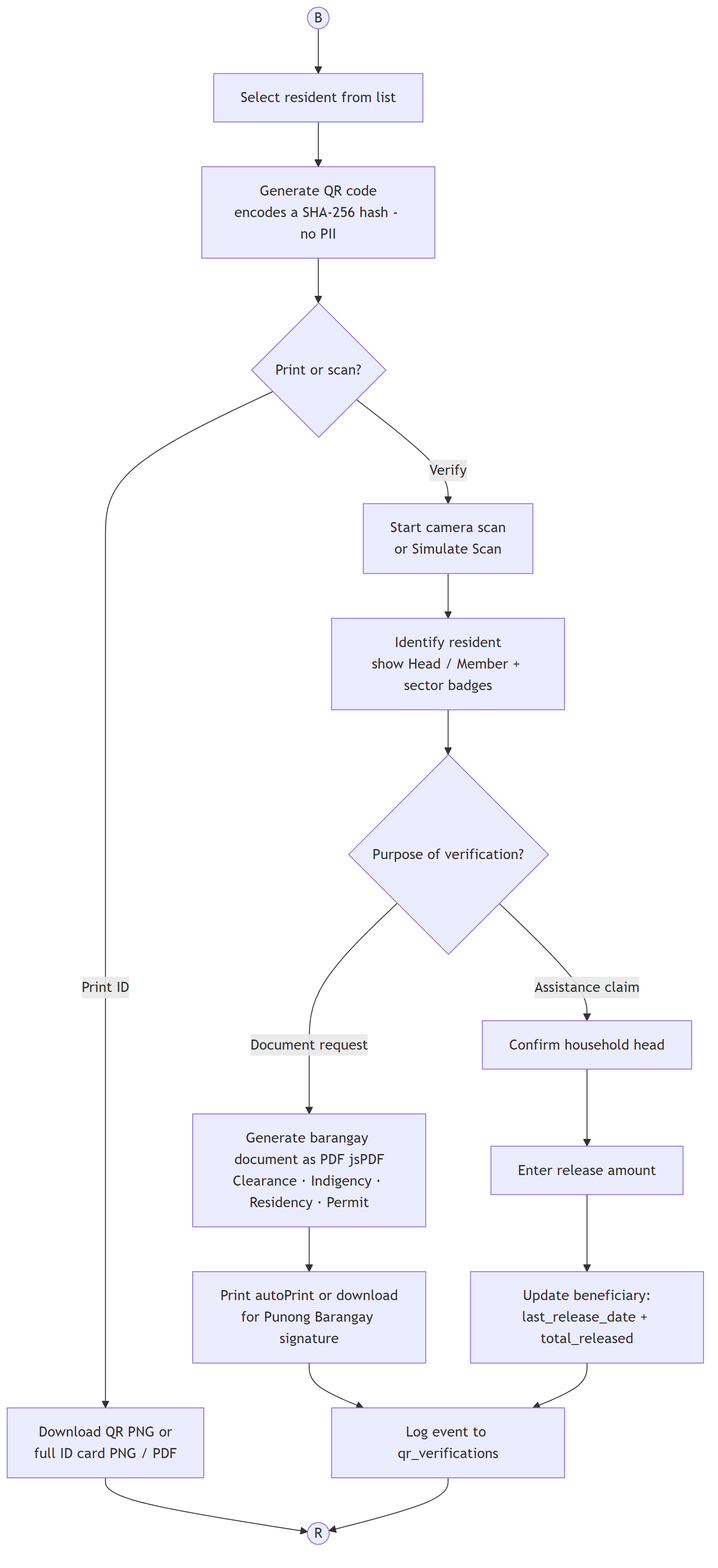
KellyEspera/protect keeps this Mermaid diagram as diagrams/modules/qr_verification.png. Above is the earlier version. Its source is kept beside it as diagrams/modules/qr_verification.mmd.
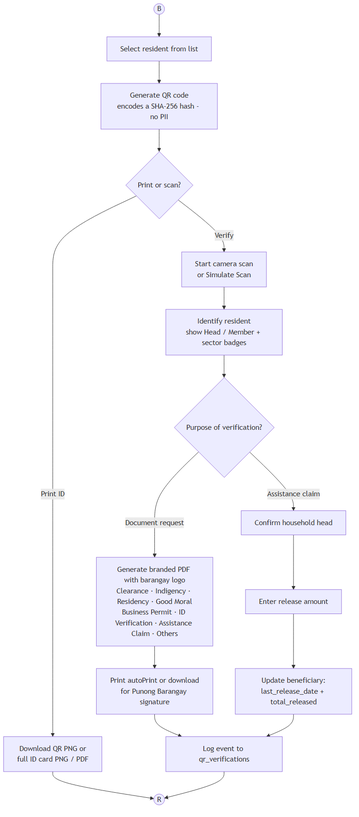
After the commit.

Change to the diagram source:
```diff
@@ -9,7 +9,7 @@
     Scan --> Found[Identify resident<br/>show Head / Member + sector badges]
     Found --> Purpose{Purpose of verification?}
 
-    Purpose -- "Document request" --> Doc[Generate barangay document as PDF jsPDF<br/>Clearance · Indigency · Residency · Permit]
+    Purpose -- "Document request" --> Doc[Generate branded PDF with barangay logo<br/>Clearance · Indigency · Residency · Good Moral<br/>Business Permit · ID Verification · Assistance Claim · Others]
     Doc --> DocPrint[Print autoPrint or download<br/>for Punong Barangay signature]
     DocPrint --> Log
 
```
